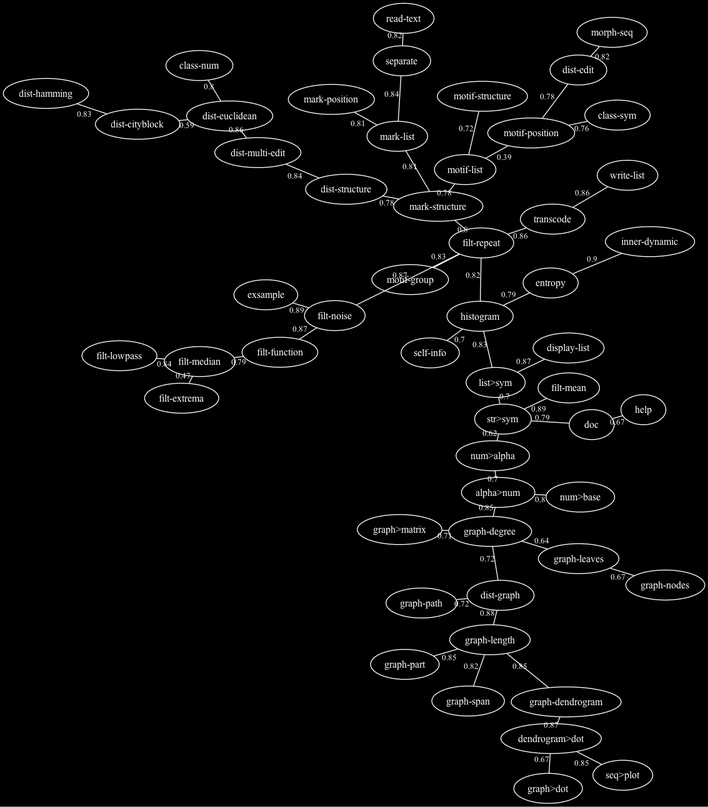
Before: doc/pictures/refrains-docstrings.png, a diagram exported from Graphviz (FredVoisin/refrains). Its source is kept beside it as doc/pictures/refrains-docstrings.dot.
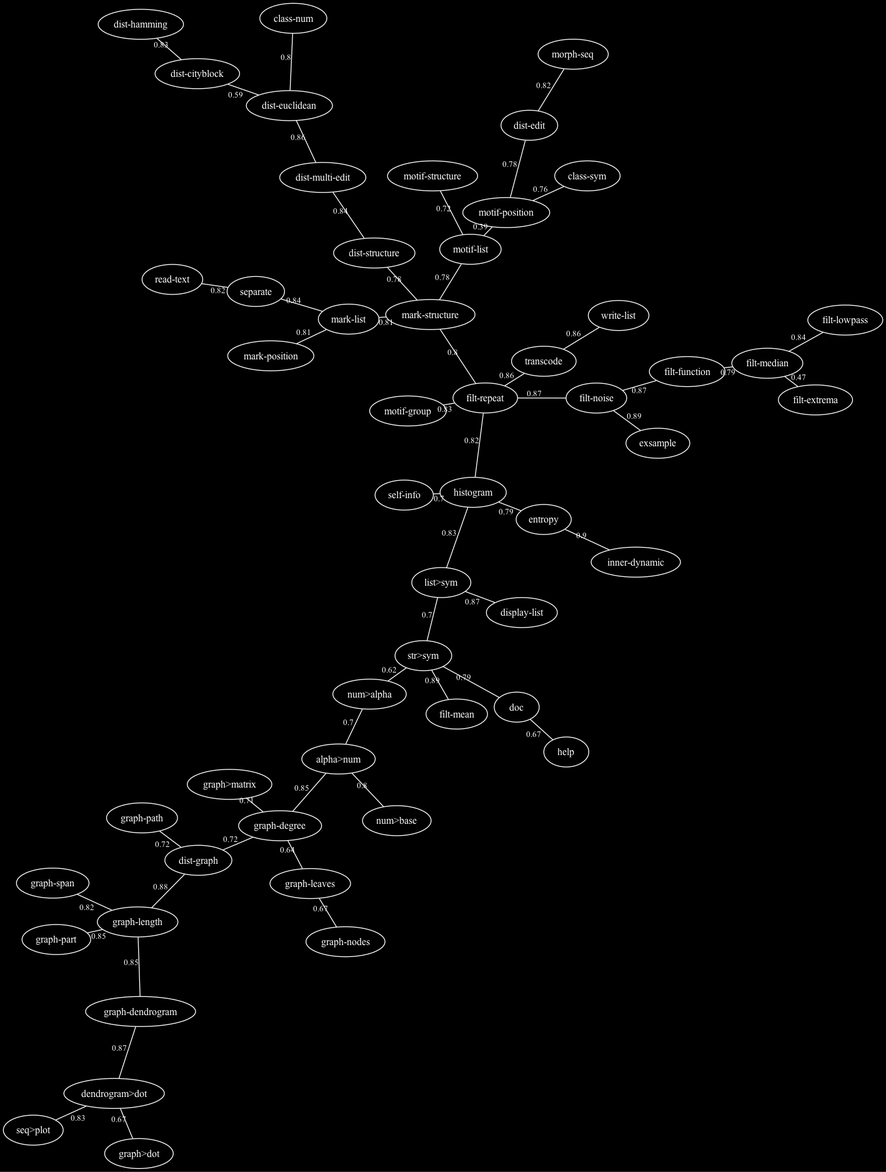
After the commit.

Commit message:
seq>plot: a list of numbers is drawn as a flow of one value

The edit, as a diff of the source:
```diff
@@ -1,5 +1,5 @@
 graph "refrains-docstrings" {
-/* generated with refrains:graph>dot, 25 Oct 2026 14:36:47 */
+/* generated with refrains:graph>dot, 25 Oct 2026 15:57:05 */
  graph [overlap="false", sep="+4"];
  graph [bgcolor=black];
  node [shape="ellipse", font=Helvetica, fontsize=12, color=white, fontcolor=white];
@@ -35,6 +35,7 @@
  "filt-repeat" -- "histogram" [w=1, len=0.820000, label="0.82"];
  "graph-length" -- "graph-span" [w=1, len=0.820000, label="0.82"];
  "read-text" -- "separate" [w=1, len=0.820000, label="0.82"];
+ "dendrogram>dot" -- "seq>plot" [w=1, len=0.830000, label="0.83"];
  "dist-cityblock" -- "dist-hamming" [w=1, len=0.830000, label="0.83"];
  "filt-repeat" -- "motif-group" [w=1, len=0.830000, label="0.83"];
  "histogram" -- "list>sym" [w=1, len=0.830000, label="0.83"];
@@ -42,7 +43,6 @@
  "filt-lowpass" -- "filt-median" [w=1, len=0.840000, label="0.84"];
  "mark-list" -- "separate" [w=1, len=0.840000, label="0.84"];
  "alpha>num" -- "graph-degree" [w=1, len=0.850000, label="0.85"];
- "dendrogram>dot" -- "seq>plot" [w=1, len=0.850000, label="0.85"];
  "graph-dendrogram" -- "graph-length" [w=1, len=0.850000, label="0.85"];
  "graph-length" -- "graph-part" [w=1, len=0.850000, label="0.85"];
  "dist-euclidean" -- "dist-multi-edit" [w=1, len=0.860000, label="0.86"];
```
